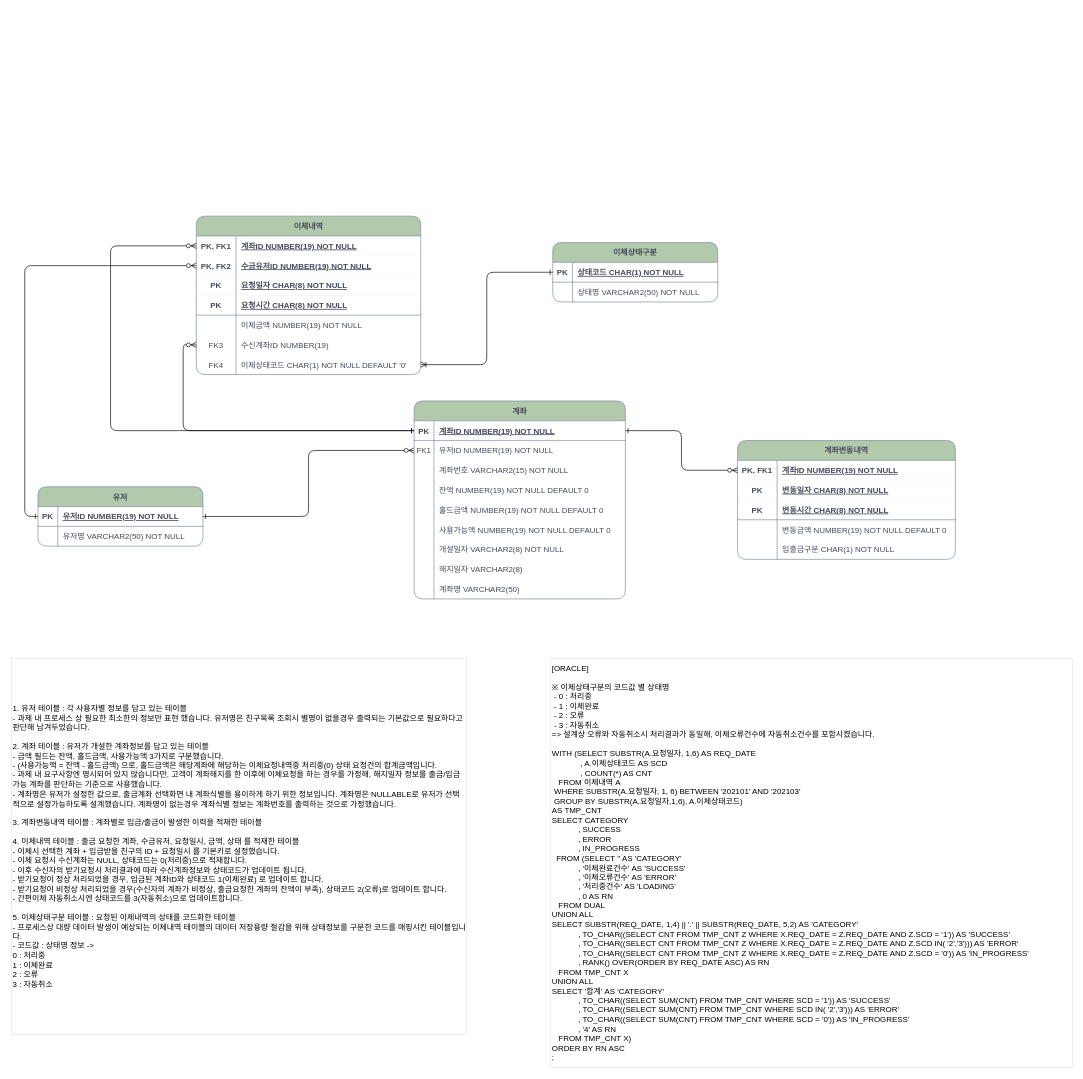
The draw.io diagram 제목 없는 다이어그램.drawio in GangBean/HelloWorld, before the edit. Source tidied: cells renumbered, new cells numbered last; positions are measured from the earlier drawing's top-left corner, leaving out a move shared by most shapes. Both pictures are drawn from the tidied source at 66%, with x=0, y=0 at pixel (11, 216).
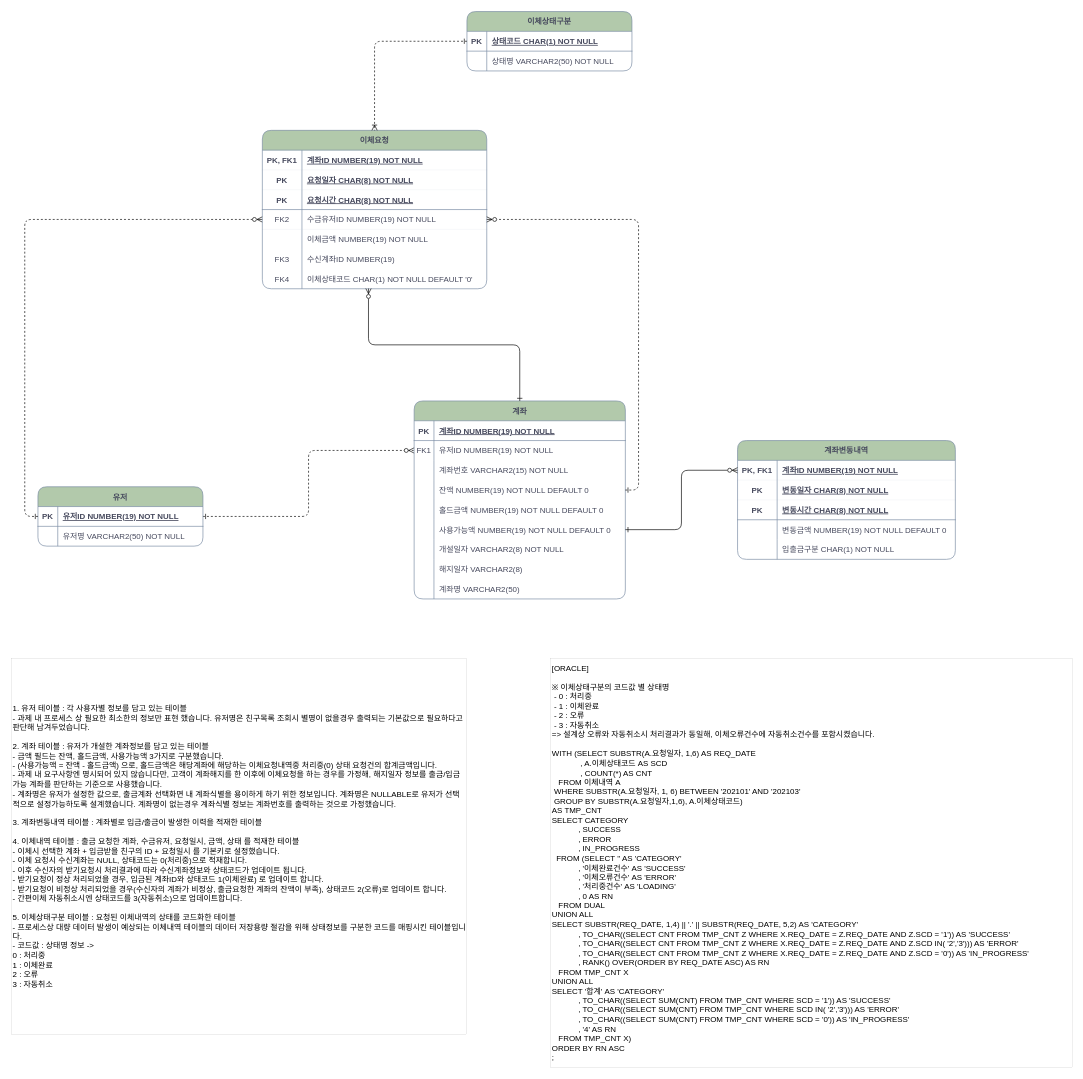
The same page after the edit.

Commit message:
제목 없는 다이어그램.drawio 업데이트

The change refers to these unchanged cells:
```xml
<mxCell id="4" value="계좌" style="shape=table;startSize=30;childLayout=tableLayout;rowLines=0;fontStyle=1;align=center;fillColor=#B2C9AB;strokeColor=#788AA3;fontColor=#46495D;rounded=1;" parent="1" vertex="1">
  <mxGeometry x="610" y="280" width="320" height="300" as="geometry" />
</mxCell>
<mxCell id="5" style="shape=partialRectangle;fillColor=none;points=[[0,0.5],[1,0.5]];portConstraint=eastwest;top=0;left=0;right=0;bottom=1;strokeColor=#788AA3;fontColor=#46495D;rounded=1;" parent="4" vertex="1">
  <mxGeometry y="30" width="320" height="30" as="geometry" />
</mxCell>
<mxCell id="8" style="shape=partialRectangle;fillColor=none;points=[[0,0.5],[1,0.5]];portConstraint=eastwest;top=0;left=0;right=0;bottom=0;strokeColor=#788AA3;fontColor=#46495D;rounded=1;" parent="4" vertex="1">
  <mxGeometry y="60" width="320" height="30" as="geometry" />
</mxCell>
<mxCell id="14" style="shape=partialRectangle;fillColor=none;points=[[0,0.5],[1,0.5]];portConstraint=eastwest;top=0;left=0;right=0;bottom=0;strokeColor=#788AA3;fontColor=#46495D;rounded=1;" parent="4" vertex="1">
  <mxGeometry y="120" width="320" height="30" as="geometry" />
</mxCell>
<mxCell id="20" style="shape=partialRectangle;fillColor=none;points=[[0,0.5],[1,0.5]];portConstraint=eastwest;top=0;left=0;right=0;bottom=0;strokeColor=#788AA3;fontColor=#46495D;rounded=1;" parent="4" vertex="1">
  <mxGeometry y="180" width="320" height="30" as="geometry" />
</mxCell>
<mxCell id="33" style="shape=partialRectangle;fillColor=none;points=[[0,0.5],[1,0.5]];portConstraint=eastwest;top=0;left=0;right=0;bottom=1;strokeColor=#788AA3;fontColor=#46495D;rounded=1;" parent="32" vertex="1">
  <mxGeometry y="30" width="250" height="30" as="geometry" />
</mxCell>
<mxCell id="41" style="shape=partialRectangle;fillColor=none;points=[[0,0.5],[1,0.5]];portConstraint=eastwest;top=0;left=0;right=0;bottom=1;strokeColor=#788AA3;fontColor=#46495D;rounded=1;strokeWidth=0;" parent="40" vertex="1">
  <mxGeometry y="30" width="340" height="30" as="geometry" />
</mxCell>
<mxCell id="56" style="shape=partialRectangle;fillColor=none;points=[[0,0.5],[1,0.5]];portConstraint=eastwest;top=0;left=0;right=0;bottom=0;strokeColor=#788AA3;fontColor=#46495D;rounded=1;" parent="40" vertex="1">
  <mxGeometry y="180" width="340" height="30" as="geometry" />
</mxCell>
<mxCell id="59" style="shape=partialRectangle;fillColor=none;points=[[0,0.5],[1,0.5]];portConstraint=eastwest;top=0;left=0;right=0;bottom=0;strokeColor=#788AA3;fontColor=#46495D;rounded=1;" parent="40" vertex="1">
  <mxGeometry y="210" width="340" height="30" as="geometry" />
</mxCell>
<mxCell id="63" style="shape=partialRectangle;fillColor=none;points=[[0,0.5],[1,0.5]];portConstraint=eastwest;top=0;left=0;right=0;bottom=1;strokeColor=#788AA3;fontColor=#46495D;rounded=1;strokeWidth=0;" parent="62" vertex="1">
  <mxGeometry y="30" width="330" height="30" as="geometry" />
</mxCell>
<mxCell id="82" style="shape=partialRectangle;fillColor=none;points=[[0,0.5],[1,0.5]];portConstraint=eastwest;top=0;left=0;right=0;bottom=1;strokeColor=#788AA3;fontColor=#46495D;rounded=1;" parent="81" vertex="1">
  <mxGeometry y="30" width="250" height="30" as="geometry" />
</mxCell>
```

Diff of the diagram source:
```diff
@@
-    <mxCell id="2" style="edgeStyle=orthogonalEdgeStyle;endArrow=ERzeroToMany;startArrow=ERone;endFill=1;startFill=0;strokeColor=#000000;fontColor=#46495D;rounded=1;" parent="1" edge="1" source="33" target="8">
+    <mxCell id="2" style="edgeStyle=orthogonalEdgeStyle;endArrow=ERzeroToMany;startArrow=ERone;endFill=1;startFill=0;strokeColor=#000000;fontColor=#46495D;rounded=1;dashed=1;" parent="1" edge="1" source="33" target="8">
       <mxGeometry relative="1" as="geometry" />
     </mxCell>
@@
-    <mxCell id="39" style="edgeStyle=orthogonalEdgeStyle;rounded=1;jettySize=auto;html=1;exitX=0;exitY=0.5;exitDx=0;exitDy=0;entryX=0;entryY=0.5;entryDx=0;entryDy=0;fontSize=12;endArrow=ERzeroToMany;endFill=0;startArrow=ERone;startFill=0;strokeColor=#000000;" parent="1" edge="1" source="33" target="44">
+    <mxCell id="39" style="edgeStyle=orthogonalEdgeStyle;rounded=1;jettySize=auto;html=1;exitX=0;exitY=0.5;exitDx=0;exitDy=0;entryX=0;entryY=0.5;entryDx=0;entryDy=0;fontSize=12;endArrow=ERzeroToMany;endFill=0;startArrow=ERone;startFill=0;strokeColor=#000000;dashed=1;" parent="1" edge="1" source="33" target="44">
       <mxGeometry relative="1" as="geometry" />
     </mxCell>
-    <mxCell id="40" value="이체내역" style="shape=table;startSize=30;childLayout=tableLayout;rowLines=0;fontStyle=1;align=center;fillColor=#B2C9AB;strokeColor=#788AA3;fontColor=#46495D;rounded=1;" parent="1" vertex="1">
-      <mxGeometry x="280" width="340" height="240" as="geometry" />
+    <mxCell id="40" value="이체요청" style="shape=table;startSize=30;childLayout=tableLayout;rowLines=0;fontStyle=1;align=center;fillColor=#B2C9AB;strokeColor=#788AA3;fontColor=#46495D;rounded=1;" parent="1" vertex="1">
+      <mxGeometry x="380" y="-130" width="340" height="240" as="geometry" />
     </mxCell>
@@
-    <mxCell id="44" style="shape=partialRectangle;fillColor=none;points=[[0,0.5],[1,0.5]];portConstraint=eastwest;top=0;left=0;right=0;bottom=1;strokeColor=#788AA3;fontColor=#46495D;rounded=1;strokeWidth=0;" parent="40" vertex="1">
-      <mxGeometry y="60" width="340" height="30" as="geometry" />
-    </mxCell>
-    <mxCell id="45" value="PK, FK2" style="shape=partialRectangle;overflow=hidden;fillColor=none;top=0;left=0;bottom=0;right=0;fontStyle=1;strokeColor=#788AA3;fontColor=#46495D;rounded=1;" parent="44" vertex="1">
-      <mxGeometry width="60" height="30" as="geometry" />
-    </mxCell>
-    <mxCell id="46" value="수금유저ID NUMBER(19) NOT NULL" style="shape=partialRectangle;overflow=hidden;fillColor=none;top=0;left=0;bottom=0;right=0;align=left;spacingLeft=6;fontStyle=5;strokeColor=#788AA3;fontColor=#46495D;rounded=1;flipH=0;flipV=1;" parent="44" vertex="1">
-      <mxGeometry x="60" width="280" height="30" as="geometry" />
-    </mxCell>
     <mxCell id="47" style="shape=partialRectangle;fillColor=none;points=[[0,0.5],[1,0.5]];portConstraint=eastwest;top=0;left=0;right=0;bottom=1;strokeColor=#788AA3;fontColor=#46495D;rounded=1;strokeWidth=0;" parent="40" vertex="1">
-      <mxGeometry y="90" width="340" height="30" as="geometry" />
+      <mxGeometry y="60" width="340" height="30" as="geometry" />
     </mxCell>
@@
     <mxCell id="50" style="shape=partialRectangle;fillColor=none;top=0;left=0;right=0;bottom=1;strokeColor=#788AA3;fontColor=#46495D;rounded=1;" parent="40" vertex="1">
-      <mxGeometry y="120" width="340" height="30" as="geometry" />
+      <mxGeometry y="90" width="340" height="30" as="geometry" />
     </mxCell>
@@
+    <mxCell id="44" style="shape=partialRectangle;fillColor=none;points=[[0,0.5],[1,0.5]];portConstraint=eastwest;top=0;left=0;right=0;bottom=1;strokeColor=#788AA3;fontColor=#46495D;rounded=1;strokeWidth=0;" parent="40" vertex="1">
+      <mxGeometry y="120" width="340" height="30" as="geometry" />
+    </mxCell>
+    <mxCell id="45" value="FK2" style="shape=partialRectangle;overflow=hidden;fillColor=none;top=0;left=0;bottom=0;right=0;fontStyle=0;strokeColor=#788AA3;fontColor=#46495D;rounded=1;" parent="44" vertex="1">
+      <mxGeometry width="60" height="30" as="geometry" />
+    </mxCell>
+    <mxCell id="46" value="수금유저ID NUMBER(19) NOT NULL" style="shape=partialRectangle;overflow=hidden;fillColor=none;top=0;left=0;bottom=0;right=0;align=left;spacingLeft=6;fontStyle=0;strokeColor=#788AA3;fontColor=#46495D;rounded=1;flipH=0;flipV=1;" parent="44" vertex="1">
+      <mxGeometry x="60" width="280" height="30" as="geometry" />
+    </mxCell>
@@
-    <mxCell id="78" style="edgeStyle=orthogonalEdgeStyle;rounded=1;jettySize=auto;html=1;entryX=0;entryY=0.5;entryDx=0;entryDy=0;startArrow=ERone;startFill=0;endArrow=ERzeroToMany;endFill=0;" parent="1" edge="1" source="5" target="63">
+    <mxCell id="78" style="edgeStyle=orthogonalEdgeStyle;rounded=1;jettySize=auto;html=1;entryX=0;entryY=0.5;entryDx=0;entryDy=0;startArrow=ERone;startFill=0;endArrow=ERzeroToMany;endFill=0;exitX=1;exitY=0.5;exitDx=0;exitDy=0;" parent="1" edge="1" source="20" target="63">
       <mxGeometry relative="1" as="geometry" />
     </mxCell>
-    <mxCell id="79" style="edgeStyle=orthogonalEdgeStyle;rounded=1;jettySize=auto;html=1;exitX=0;exitY=0.5;exitDx=0;exitDy=0;entryX=0;entryY=0.5;entryDx=0;entryDy=0;strokeColor=#000000;fontSize=12;startArrow=ERone;startFill=0;endArrow=ERzeroToMany;endFill=0;" parent="1" edge="1" source="5" target="41">
-      <mxGeometry relative="1" as="geometry">
-        <Array as="points">
-          <mxPoint x="150" y="325" />
-          <mxPoint x="150" y="45" />
-        </Array>
-      </mxGeometry>
+    <mxCell id="79" style="edgeStyle=orthogonalEdgeStyle;rounded=1;jettySize=auto;html=1;exitX=1;exitY=0.5;exitDx=0;exitDy=0;entryX=1;entryY=0.5;entryDx=0;entryDy=0;strokeColor=#000000;fontSize=12;startArrow=ERone;startFill=0;endArrow=ERzeroToMany;endFill=0;dashed=1;" parent="1" edge="1" source="14" target="44">
+      <mxGeometry relative="1" as="geometry" />
     </mxCell>
@@
     <mxCell id="81" value="이체상태구분" style="shape=table;startSize=30;childLayout=tableLayout;rowLines=0;fontStyle=1;align=center;fillColor=#B2C9AB;strokeColor=#788AA3;fontColor=#46495D;rounded=1;" parent="1" vertex="1">
-      <mxGeometry x="820" y="40" width="250" height="90" as="geometry" />
+      <mxGeometry x="690" y="-310" width="250" height="90" as="geometry" />
     </mxCell>
@@
-    <mxCell id="89" style="edgeStyle=orthogonalEdgeStyle;jettySize=auto;html=1;exitX=0;exitY=0.5;exitDx=0;exitDy=0;startArrow=ERone;startFill=0;endArrow=ERoneToMany;endFill=0;rounded=1;" parent="1" edge="1" source="82" target="59">
+    <mxCell id="89" style="edgeStyle=orthogonalEdgeStyle;jettySize=auto;html=1;exitX=0;exitY=0.5;exitDx=0;exitDy=0;startArrow=ERone;startFill=0;endArrow=ERoneToMany;endFill=0;rounded=1;dashed=1;entryX=0.5;entryY=0;entryDx=0;entryDy=0;" parent="1" edge="1" source="82" target="40">
       <mxGeometry relative="1" as="geometry" />
     </mxCell>
-    <mxCell id="90" style="edgeStyle=orthogonalEdgeStyle;rounded=1;jettySize=auto;html=1;exitX=0;exitY=0.5;exitDx=0;exitDy=0;entryX=0;entryY=0.5;entryDx=0;entryDy=0;strokeColor=#000000;fontSize=12;startArrow=ERone;startFill=0;endArrow=ERzeroToMany;endFill=0;" parent="1" edge="1" source="5" target="56">
+    <mxCell id="90" style="edgeStyle=orthogonalEdgeStyle;rounded=1;jettySize=auto;html=1;exitX=0.5;exitY=0;exitDx=0;exitDy=0;entryX=0.473;entryY=0.989;entryDx=0;entryDy=0;strokeColor=#000000;fontSize=12;startArrow=ERone;startFill=0;endArrow=ERzeroToMany;endFill=0;entryPerimeter=0;" parent="1" edge="1" source="4" target="59">
       <mxGeometry relative="1" as="geometry" />
     </mxCell>
```
